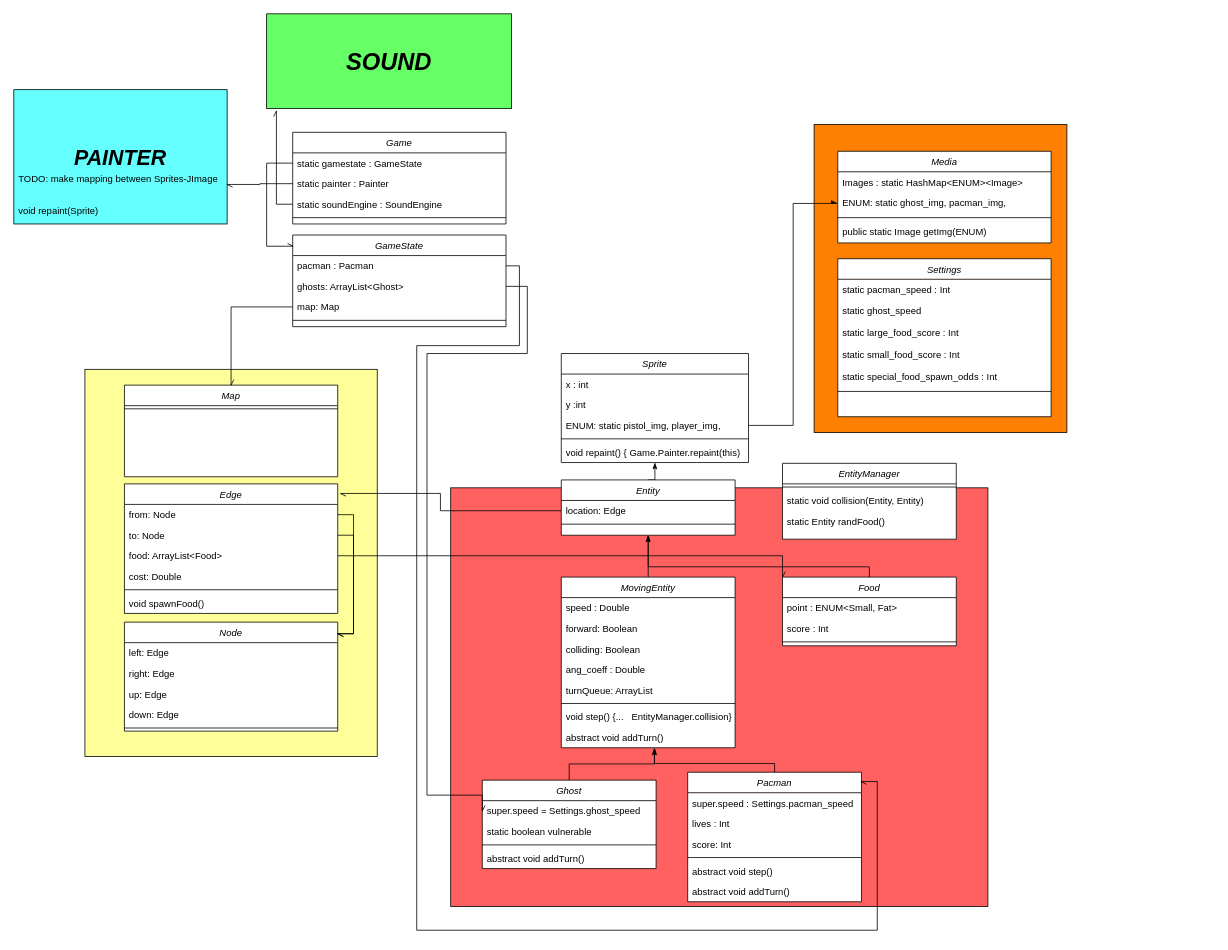
cerfedino/SwingPacman keeps this draw.io diagram as ClassDiagram.drawio. Above is the earlier version. Source tidied: cells renumbered, new cells numbered last; positions are measured from the earlier drawing's top-left corner, leaving out a move shared by most shapes. Both pictures are drawn from the tidied source at 79%, with x=0, y=0 at pixel (13, 13).
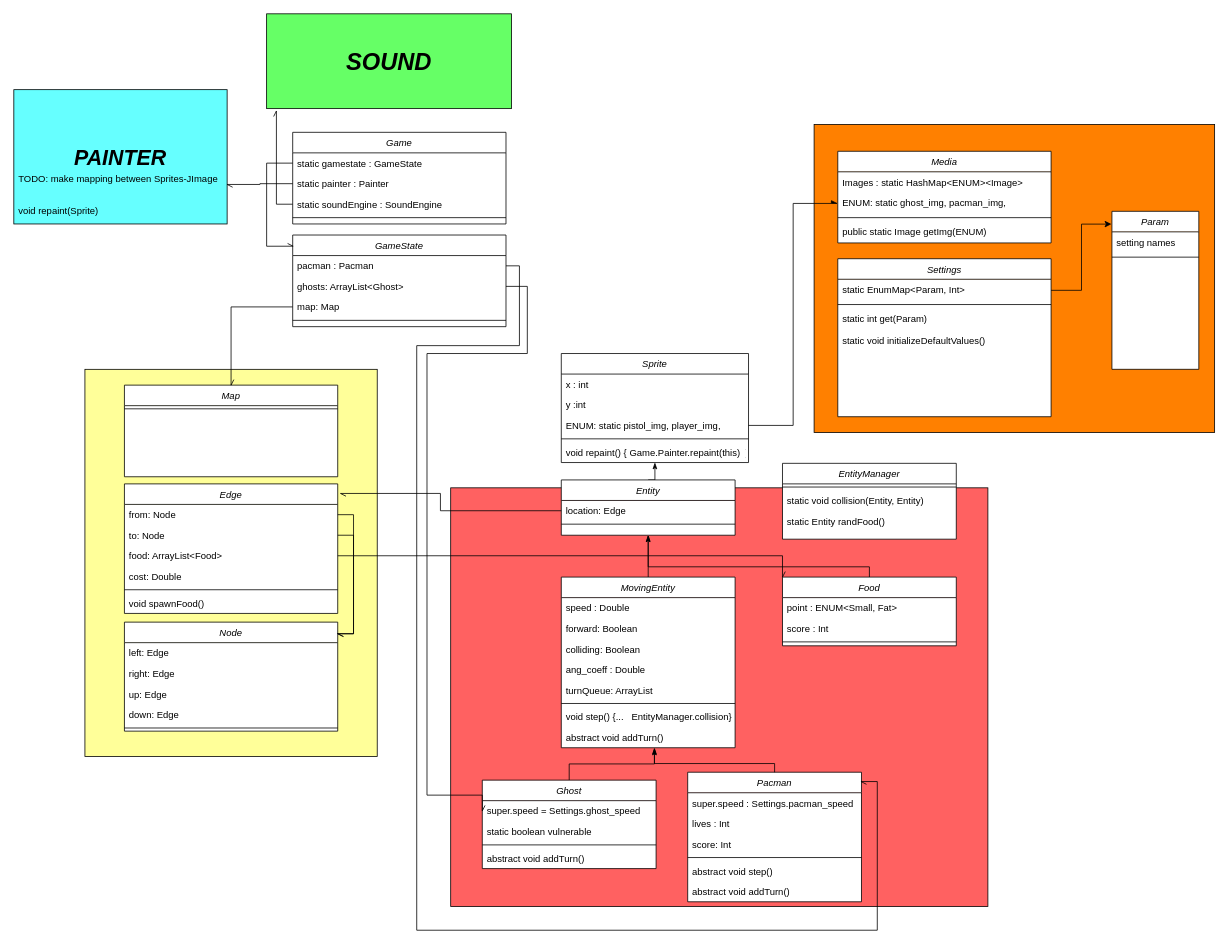
The same page after the edit.

Commit message (it also covers changes not shown here):
Added Settings.java and relative test class

The change refers to these unchanged cells:
```xml
<mxCell id="54" value="Settings" style="swimlane;fontStyle=2;align=center;verticalAlign=top;horizontal=1;startSize=26;rounded=0;shadow=0;strokeWidth=1;swimlaneFillColor=#ffffff;" parent="1" vertex="1">
  <mxGeometry x="1043" y="310" width="270" height="200" as="geometry" />
</mxCell>
```

Change to the diagram source:
```diff
@@
     <mxCell id="2" style="rounded=0;whiteSpace=wrap;html=1;fillColor=#FF8000;" parent="1" vertex="1">
-      <mxGeometry x="1013" y="140" width="320" height="390" as="geometry" />
+      <mxGeometry x="1013" y="140" width="507" height="390" as="geometry" />
     </mxCell>
@@
-    <mxCell id="55" value="static pacman_speed : Int" style="text;align=left;verticalAlign=top;spacingLeft=4;spacingRight=4;overflow=hidden;" parent="54" vertex="1">
-      <mxGeometry y="26" width="270" height="26" as="geometry" />
-    </mxCell>
-    <mxCell id="56" value="static ghost_speed" style="text;align=left;verticalAlign=top;spacingLeft=4;spacingRight=4;overflow=hidden;rounded=0;shadow=0;html=0;" parent="54" vertex="1">
-      <mxGeometry y="52" width="270" height="28" as="geometry" />
-    </mxCell>
-    <mxCell id="57" value="static large_food_score : Int" style="text;align=left;verticalAlign=top;spacingLeft=4;spacingRight=4;overflow=hidden;rounded=0;shadow=0;html=0;" parent="54" vertex="1">
-      <mxGeometry y="80" width="270" height="28" as="geometry" />
-    </mxCell>
-    <mxCell id="58" value="static small_food_score : Int" style="text;align=left;verticalAlign=top;spacingLeft=4;spacingRight=4;overflow=hidden;rounded=0;shadow=0;html=0;" parent="54" vertex="1">
-      <mxGeometry y="108" width="270" height="28" as="geometry" />
-    </mxCell>
-    <mxCell id="59" value="static special_food_spawn_odds : Int" style="text;align=left;verticalAlign=top;spacingLeft=4;spacingRight=4;overflow=hidden;points=[[0,0.5],[1,0.5]];portConstraint=eastwest;rounded=0;shadow=0;html=0;" parent="54" vertex="1">
-      <mxGeometry y="136" width="270" height="28" as="geometry" />
+    <mxCell id="59" value="static EnumMap&lt;Param, Int&gt;" style="text;align=left;verticalAlign=top;spacingLeft=4;spacingRight=4;overflow=hidden;points=[[0,0.5],[1,0.5]];portConstraint=eastwest;rounded=0;shadow=0;html=0;" parent="54" vertex="1">
+      <mxGeometry y="26" width="270" height="28" as="geometry" />
     </mxCell>
     <mxCell id="60" style="line;html=1;strokeWidth=1;align=left;verticalAlign=middle;spacingTop=-1;spacingLeft=3;spacingRight=3;labelPosition=right;" parent="54" vertex="1">
-      <mxGeometry y="164" width="270" height="8" as="geometry" />
+      <mxGeometry y="54" width="270" height="8" as="geometry" />
     </mxCell>
+    <mxCell id="101" value="static int get(Param)" style="text;align=left;verticalAlign=top;spacingLeft=4;spacingRight=4;overflow=hidden;rounded=0;shadow=0;html=0;" parent="54" vertex="1">
+      <mxGeometry y="62" width="270" height="28" as="geometry" />
+    </mxCell>
+    <mxCell id="102" value="static void initializeDefaultValues()" style="text;align=left;verticalAlign=top;spacingLeft=4;spacingRight=4;overflow=hidden;rounded=0;shadow=0;html=0;" parent="54" vertex="1">
+      <mxGeometry y="90" width="270" height="28" as="geometry" />
+    </mxCell>
@@
+    <mxCell id="103" value="Param" style="swimlane;fontStyle=2;align=center;verticalAlign=top;horizontal=1;startSize=26;rounded=0;shadow=0;strokeWidth=1;swimlaneFillColor=#ffffff;" parent="1" vertex="1">
+      <mxGeometry x="1390" y="250" width="110" height="200" as="geometry" />
+    </mxCell>
+    <mxCell id="104" value="setting names" style="text;align=left;verticalAlign=top;spacingLeft=4;spacingRight=4;overflow=hidden;rounded=0;shadow=0;html=0;" parent="103" vertex="1">
+      <mxGeometry y="26" width="110" height="28" as="geometry" />
+    </mxCell>
+    <mxCell id="105" style="line;html=1;strokeWidth=1;align=left;verticalAlign=middle;spacingTop=-1;spacingLeft=3;spacingRight=3;labelPosition=right;" parent="103" vertex="1">
+      <mxGeometry y="54" width="110" height="8" as="geometry" />
+    </mxCell>
+    <mxCell id="106" style="edgeStyle=orthogonalEdgeStyle;rounded=0;jettySize=auto;html=1;exitX=1;exitY=0.5;exitDx=0;exitDy=0;entryX=-0.006;entryY=0.081;entryDx=0;entryDy=0;entryPerimeter=0;" parent="1" edge="1" source="59" target="103">
+      <mxGeometry relative="1" as="geometry" />
+    </mxCell>
```
